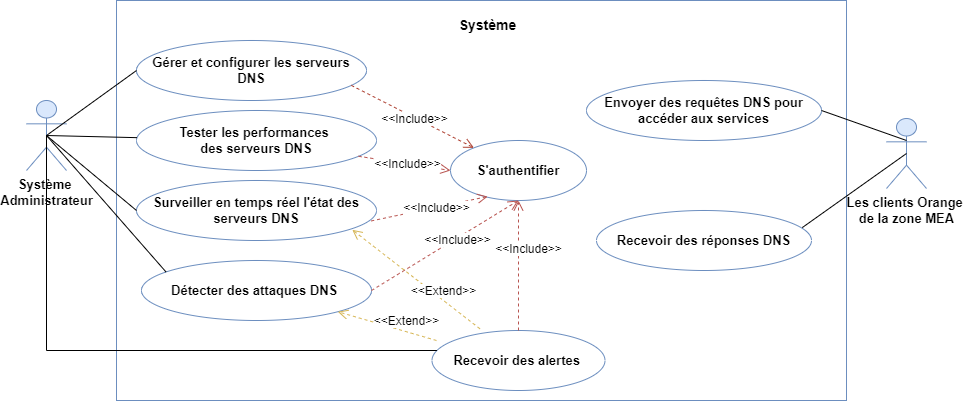
The draw.io diagram GlobalUseCase.drawio.png in eya-harbaoui/Diagramms, before a commit. Source tidied: cells renumbered, new cells last; positions are measured from the earlier drawing's top-left corner, leaving out a move shared by most shapes.
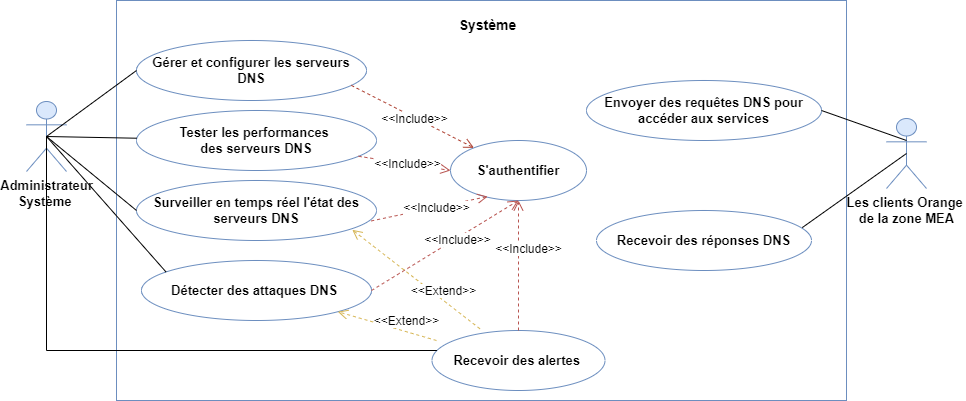
The same diagram one commit later.

What changed in the source:
```diff
@@ -35,8 +35,8 @@
     <mxCell id="12" value="&lt;b&gt;&lt;font style=&quot;font-size: 13px;&quot;&gt;Recevoir des réponses DNS&lt;/font&gt;&lt;/b&gt;" style="ellipse;whiteSpace=wrap;html=1;strokeColor=#6C8EBF;" parent="1" vertex="1">
       <mxGeometry x="570" y="210" width="215" height="60" as="geometry" />
     </mxCell>
-    <mxCell id="13" value="&lt;font style=&quot;font-size: 13px;&quot;&gt;Système&amp;nbsp;&lt;/font&gt;&lt;div style=&quot;font-size: 13px;&quot;&gt;&lt;font style=&quot;font-size: 13px;&quot;&gt;Administrateur&lt;/font&gt;&lt;/div&gt;" style="shape=umlActor;verticalLabelPosition=bottom;verticalAlign=top;html=1;outlineConnect=0;fontStyle=1;fillColor=#dae8fc;strokeColor=#6c8ebf;" parent="1" vertex="1">
-      <mxGeometry y="100" width="40" height="70" as="geometry" />
+    <mxCell id="13" value="&lt;font style=&quot;font-size: 13px;&quot;&gt;Administrateur&lt;/font&gt;&lt;div&gt;&lt;font style=&quot;font-size: 13px;&quot;&gt;Système&amp;nbsp;&lt;/font&gt;&lt;div style=&quot;font-size: 13px;&quot;&gt;&lt;br&gt;&lt;/div&gt;&lt;/div&gt;" style="shape=umlActor;verticalLabelPosition=bottom;verticalAlign=top;html=1;outlineConnect=0;fontStyle=1;fillColor=#dae8fc;strokeColor=#6c8ebf;" parent="1" vertex="1">
+      <mxGeometry y="101" width="40" height="70" as="geometry" />
     </mxCell>
     <mxCell id="14" value="&lt;font style=&quot;font-size: 12px;&quot;&gt;&amp;lt;&amp;lt;Include&amp;gt;&amp;gt;&lt;/font&gt;" style="html=1;verticalAlign=bottom;endArrow=open;dashed=1;endSize=8;curved=0;rounded=0;exitX=0.934;exitY=0.748;exitDx=0;exitDy=0;exitPerimeter=0;fillColor=#fad9d5;strokeColor=#ae4132;" parent="1" edge="1" source="4" target="10">
       <mxGeometry x="0.1" y="-10" relative="1" as="geometry" />
```
